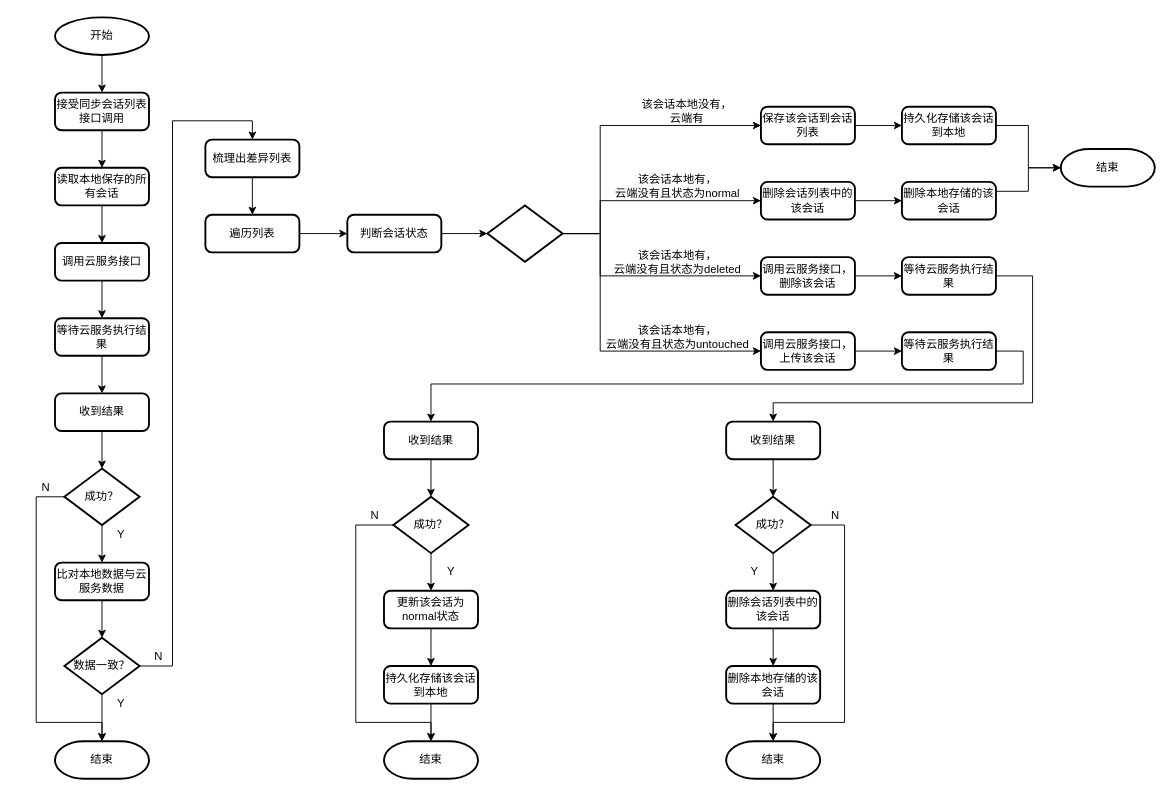
Before: page "第 5 页" (5 of 10) of 获取会话列表.drawio in liuao2010/360MobileSafe, a draw.io diagram. Source tidied: cells renumbered, new cells numbered last; positions are measured from the earlier drawing's top-left corner, leaving out a move shared by most shapes. Both pictures are drawn from the tidied source at 94%, with x=0, y=0 at pixel (36, 17).
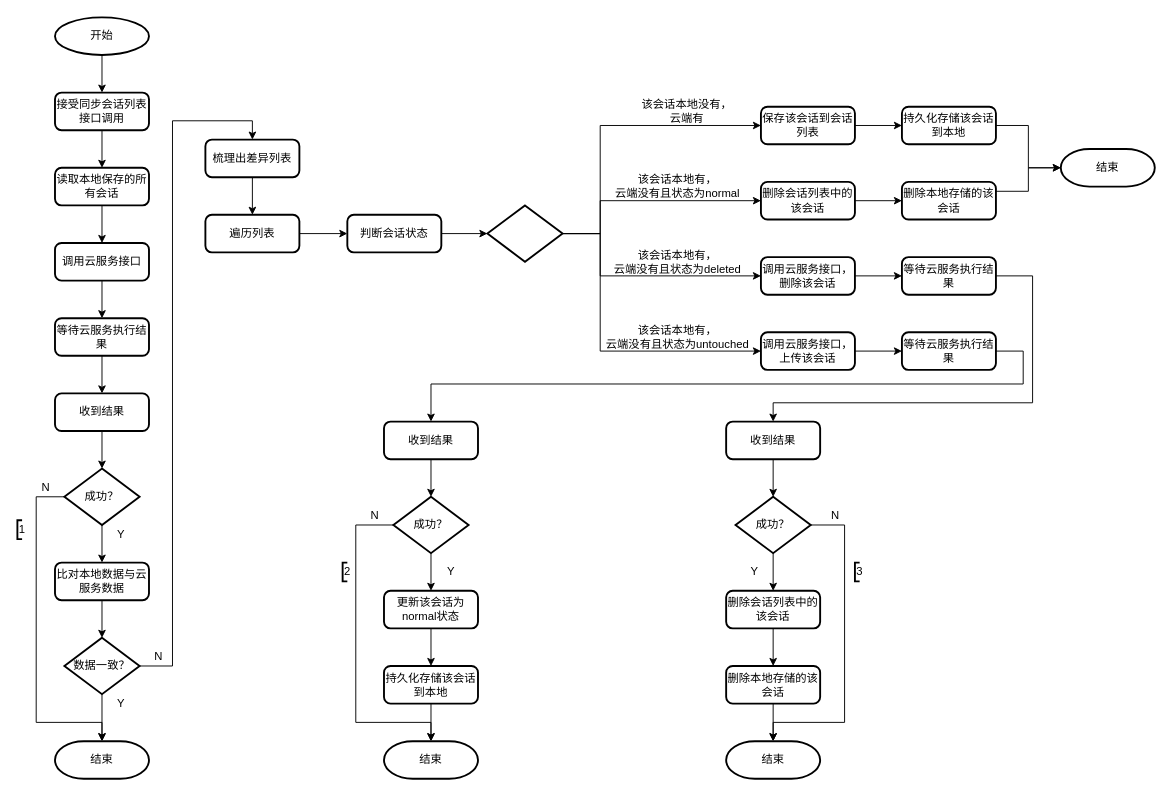
The same page after the edit.

Change to the diagram source:
```diff
@@
+    <mxCell id="83" value="1" style="strokeWidth=2;html=1;shape=mxgraph.flowchart.annotation_1;align=left;rounded=1;" parent="1" vertex="1">
+      <mxGeometry x="-20" y="535" width="5" height="20" as="geometry" />
+    </mxCell>
+    <mxCell id="84" value="2" style="strokeWidth=2;html=1;shape=mxgraph.flowchart.annotation_1;align=left;rounded=1;" parent="1" vertex="1">
+      <mxGeometry x="326" y="580" width="5" height="20" as="geometry" />
+    </mxCell>
+    <mxCell id="85" value="3" style="strokeWidth=2;html=1;shape=mxgraph.flowchart.annotation_1;align=left;rounded=1;" parent="1" vertex="1">
+      <mxGeometry x="871" y="580" width="5" height="20" as="geometry" />
+    </mxCell>
```
